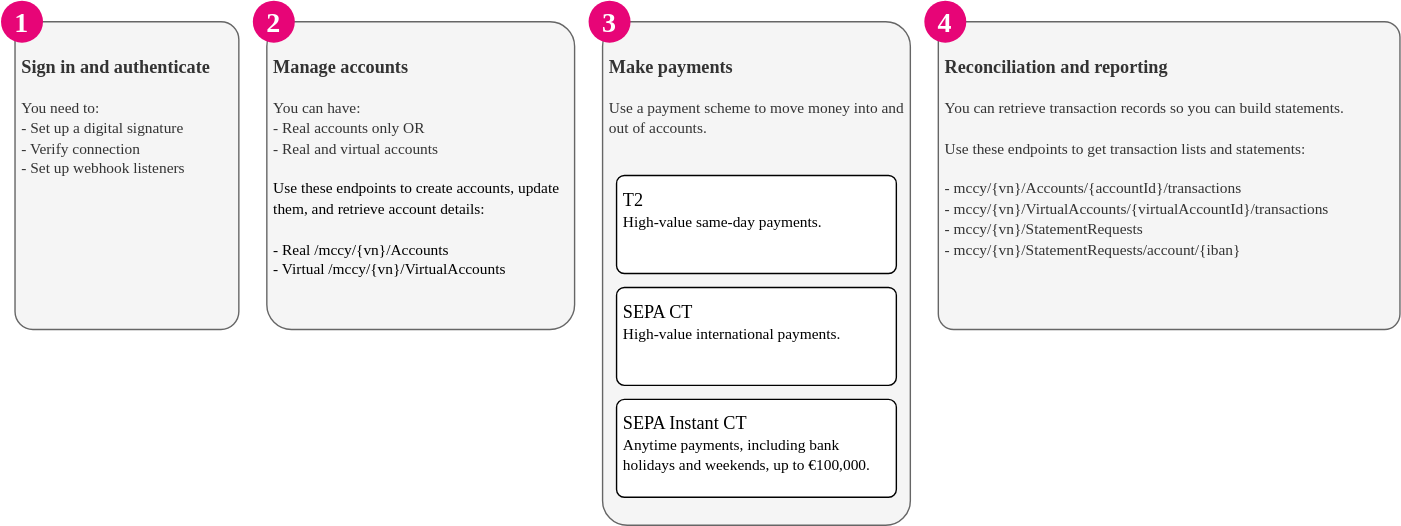
The draw.io diagram static/assets/images/system-overview-europe.svg in clearbank/clearbank.github.io, before a commit. Source tidied: cells renumbered, new cells last; positions are measured from the earlier drawing's top-left corner, leaving out a move shared by most shapes.
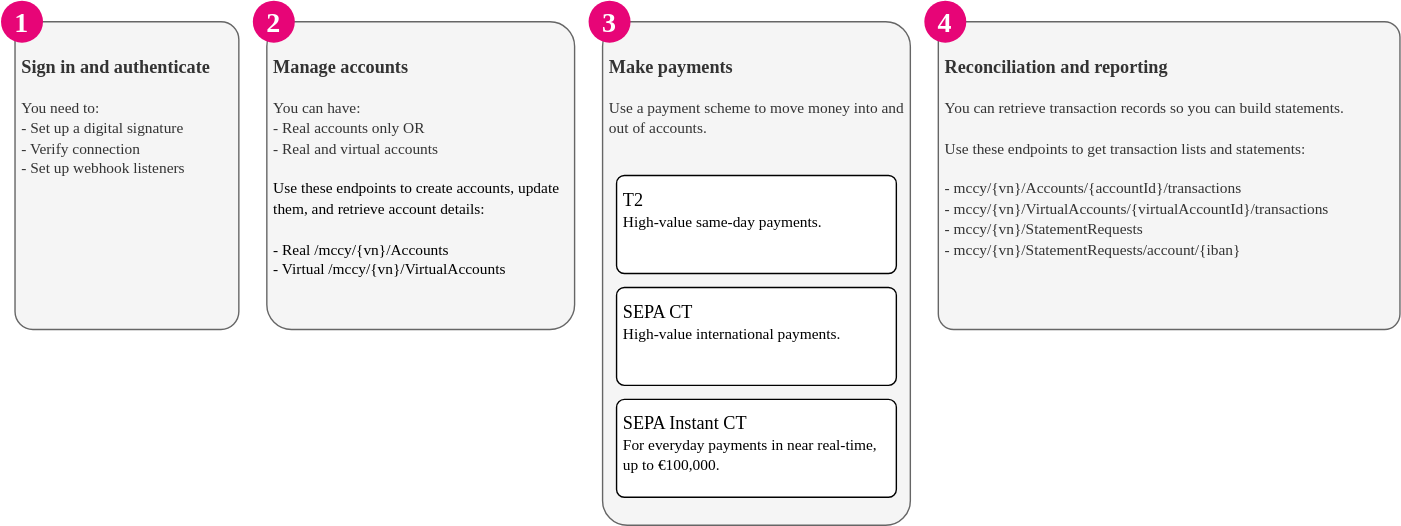
Above is the later version.

Change to the diagram source:
```diff
@@ -32,7 +32,7 @@
     <mxCell id="11" value="&lt;font style=&quot;font-size: 13px;&quot; face=&quot;Clear Sans Display&quot;&gt;SEPA CT&lt;/font&gt;&lt;br&gt;&lt;span style=&quot;font-family: &amp;quot;Clear Sans Text&amp;quot;; font-size: 11px;&quot;&gt;High-value international payments&lt;/span&gt;&lt;font style=&quot;font-size: 11px;&quot; face=&quot;Clear Sans Text&quot;&gt;.&lt;br&gt;&lt;/font&gt;" style="rounded=1;whiteSpace=wrap;html=1;align=left;spacingLeft=0;spacingRight=0;spacing=5;verticalAlign=top;arcSize=8;" parent="1" vertex="1">
       <mxGeometry x="440" y="205" width="200" height="70" as="geometry" />
     </mxCell>
-    <mxCell id="12" value="&lt;font style=&quot;font-size: 13px;&quot; face=&quot;Clear Sans Display&quot;&gt;SEPA Instant CT&lt;/font&gt;&lt;br&gt;&lt;span style=&quot;font-family: &amp;quot;Clear Sans Text&amp;quot;; font-size: 11px;&quot;&gt;Anytime payments, including bank holidays and weekends, up to €100,000&lt;/span&gt;&lt;font style=&quot;font-size: 11px;&quot; face=&quot;Clear Sans Text&quot;&gt;.&lt;br&gt;&lt;/font&gt;" style="rounded=1;whiteSpace=wrap;html=1;align=left;spacingLeft=0;spacingRight=0;spacing=5;verticalAlign=top;arcSize=8;" parent="1" vertex="1">
+    <mxCell id="12" value="&lt;font style=&quot;font-size: 13px;&quot; face=&quot;Clear Sans Display&quot;&gt;SEPA Instant CT&lt;/font&gt;&lt;br&gt;&lt;span style=&quot;font-family: &amp;quot;Clear Sans Text&amp;quot;; font-size: 11px;&quot;&gt;For everyday payments in near real-time, up to €100,000&lt;/span&gt;&lt;font style=&quot;font-size: 11px;&quot; face=&quot;Clear Sans Text&quot;&gt;.&lt;br&gt;&lt;/font&gt;" style="rounded=1;whiteSpace=wrap;html=1;align=left;spacingLeft=0;spacingRight=0;spacing=5;verticalAlign=top;arcSize=8;" parent="1" vertex="1">
       <mxGeometry x="440" y="285" width="200" height="70" as="geometry" />
     </mxCell>
   </root>
```
